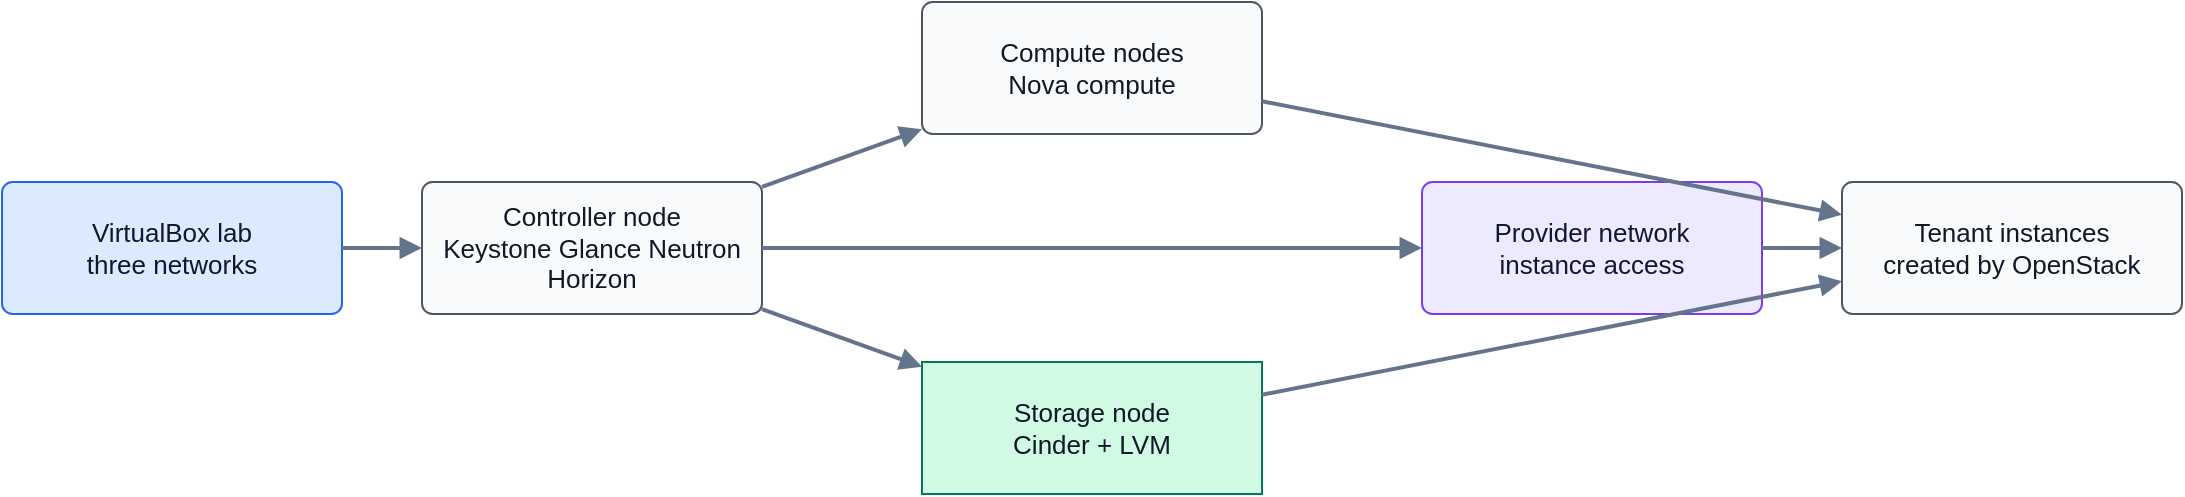
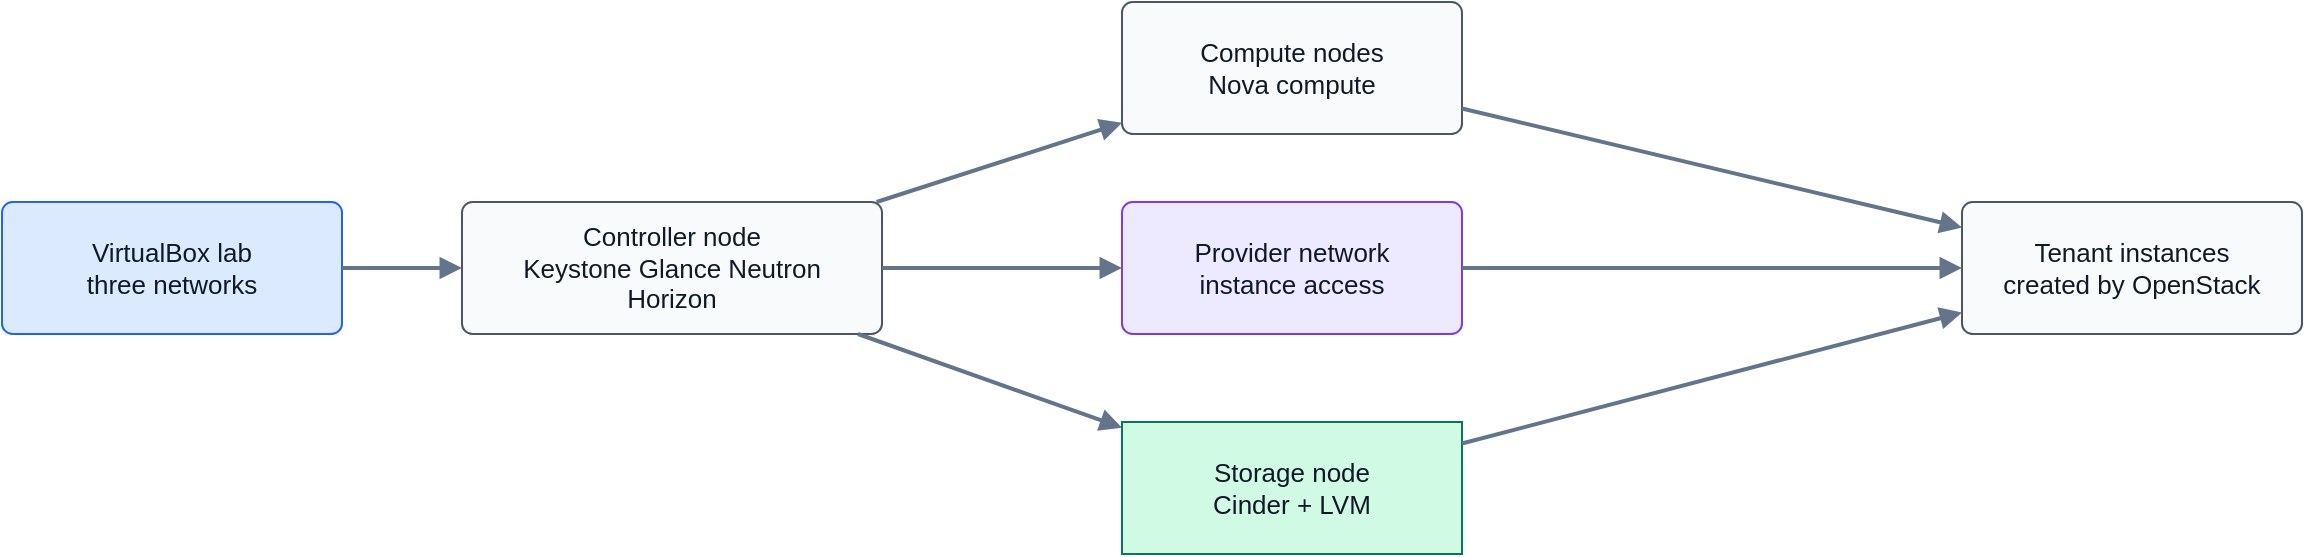
- <mxfile host="Codex" modified="2026-06-27T10:01:50Z" agent="Codex" version="24.7.17" type="device">
+ <mxfile host="Electron" agent="Mozilla/5.0 (Windows NT 10.0; Win64; x64) AppleWebKit/537.36 (KHTML, like Gecko) draw.io/29.5.2 Chrome/142.0.7444.265 Electron/39.6.1 Safari/537.36" version="29.5.2">
  <diagram id="openstack-private-cloud-setup" name="OpenStack Private Cloud Setup">
-     <mxGraphModel dx="1422" dy="794" grid="1" gridSize="10" guides="1" tooltips="1" connect="1" arrows="1" fold="1" page="1" pageScale="1" pageWidth="1120" pageHeight="520" math="0" shadow="0">
+     <mxGraphModel dx="2429" dy="766" grid="1" gridSize="10" guides="1" tooltips="1" connect="1" arrows="1" fold="1" page="1" pageScale="1" pageWidth="1120" pageHeight="520" math="0" shadow="0">
      <root>
-         <mxCell id="0"/>
-         <mxCell id="1" parent="0"/>
-         <mxCell id="id2" value="VirtualBox lab&lt;br&gt;three networks" style="rounded=1;whiteSpace=wrap;html=1;arcSize=8;strokeColor=#2563eb;fillColor=#dbeafe;fontColor=#111827;fontSize=13;spacing=10;" vertex="1" parent="1"><mxGeometry x="40" y="180" width="170" height="66" as="geometry"/></mxCell>
-         <mxCell id="id3" value="Controller node&lt;br&gt;Keystone Glance Neutron Horizon" style="rounded=1;whiteSpace=wrap;html=1;arcSize=8;strokeColor=#4b5563;fillColor=#f8fafc;fontColor=#111827;fontSize=13;spacing=10;" vertex="1" parent="1"><mxGeometry x="250" y="180" width="170" height="66" as="geometry"/></mxCell>
-         <mxCell id="id4" value="Compute nodes&lt;br&gt;Nova compute" style="rounded=1;whiteSpace=wrap;html=1;arcSize=8;strokeColor=#4b5563;fillColor=#f8fafc;fontColor=#111827;fontSize=13;spacing=10;" vertex="1" parent="1"><mxGeometry x="500" y="90" width="170" height="66" as="geometry"/></mxCell>
-         <mxCell id="id5" value="Storage node&lt;br&gt;Cinder + LVM" style="shape=cylinder3d;whiteSpace=wrap;html=1;boundedLbl=1;backgroundOutline=1;size=15;strokeColor=#047857;fillColor=#d1fae5;fontColor=#111827;fontSize=13;spacing=10;" vertex="1" parent="1"><mxGeometry x="500" y="270" width="170" height="66" as="geometry"/></mxCell>
-         <mxCell id="id6" value="Provider network&lt;br&gt;instance access" style="rounded=1;whiteSpace=wrap;html=1;arcSize=8;strokeColor=#7c3aed;fillColor=#ede9fe;fontColor=#111827;fontSize=13;spacing=10;" vertex="1" parent="1"><mxGeometry x="750" y="180" width="170" height="66" as="geometry"/></mxCell>
-         <mxCell id="id7" value="Tenant instances&lt;br&gt;created by OpenStack" style="rounded=1;whiteSpace=wrap;html=1;arcSize=8;strokeColor=#4b5563;fillColor=#f8fafc;fontColor=#111827;fontSize=13;spacing=10;" vertex="1" parent="1"><mxGeometry x="960" y="180" width="170" height="66" as="geometry"/></mxCell>
-         <mxCell id="id8" value="" style="endArrow=block;html=1;rounded=0;strokeWidth=2;strokeColor=#64748b;fontColor=#475569;fontSize=11;" edge="1" parent="1" source="id2" target="id3"><mxGeometry relative="1" as="geometry"/></mxCell>
-         <mxCell id="id9" value="" style="endArrow=block;html=1;rounded=0;strokeWidth=2;strokeColor=#64748b;fontColor=#475569;fontSize=11;" edge="1" parent="1" source="id3" target="id4"><mxGeometry relative="1" as="geometry"/></mxCell>
-         <mxCell id="id10" value="" style="endArrow=block;html=1;rounded=0;strokeWidth=2;strokeColor=#64748b;fontColor=#475569;fontSize=11;" edge="1" parent="1" source="id3" target="id5"><mxGeometry relative="1" as="geometry"/></mxCell>
-         <mxCell id="id11" value="" style="endArrow=block;html=1;rounded=0;strokeWidth=2;strokeColor=#64748b;fontColor=#475569;fontSize=11;" edge="1" parent="1" source="id3" target="id6"><mxGeometry relative="1" as="geometry"/></mxCell>
-         <mxCell id="id12" value="" style="endArrow=block;html=1;rounded=0;strokeWidth=2;strokeColor=#64748b;fontColor=#475569;fontSize=11;" edge="1" parent="1" source="id4" target="id7"><mxGeometry relative="1" as="geometry"/></mxCell>
-         <mxCell id="id13" value="" style="endArrow=block;html=1;rounded=0;strokeWidth=2;strokeColor=#64748b;fontColor=#475569;fontSize=11;" edge="1" parent="1" source="id5" target="id7"><mxGeometry relative="1" as="geometry"/></mxCell>
-         <mxCell id="id14" value="" style="endArrow=block;html=1;rounded=0;strokeWidth=2;strokeColor=#64748b;fontColor=#475569;fontSize=11;" edge="1" parent="1" source="id6" target="id7"><mxGeometry relative="1" as="geometry"/></mxCell>
+         <mxCell id="0" />
+         <mxCell id="1" parent="0" />
+         <mxCell id="id2" parent="1" style="rounded=1;whiteSpace=wrap;html=1;arcSize=8;strokeColor=#2563eb;fillColor=#dbeafe;fontColor=#111827;fontSize=13;spacing=10;" value="VirtualBox lab&lt;br&gt;three networks" vertex="1">
+           <mxGeometry height="66" width="170" x="-20" y="180" as="geometry" />
+         </mxCell>
+         <mxCell id="id3" parent="1" style="rounded=1;whiteSpace=wrap;html=1;arcSize=8;strokeColor=#4b5563;fillColor=#f8fafc;fontColor=#111827;fontSize=13;spacing=10;" value="Controller node&lt;br&gt;Keystone Glance Neutron Horizon" vertex="1">
+           <mxGeometry height="66" width="210" x="210" y="180" as="geometry" />
+         </mxCell>
+         <mxCell id="id4" parent="1" style="rounded=1;whiteSpace=wrap;html=1;arcSize=8;strokeColor=#4b5563;fillColor=#f8fafc;fontColor=#111827;fontSize=13;spacing=10;" value="Compute nodes&lt;br&gt;Nova compute" vertex="1">
+           <mxGeometry height="66" width="170" x="540" y="80" as="geometry" />
+         </mxCell>
+         <mxCell id="id5" parent="1" style="shape=cylinder3d;whiteSpace=wrap;html=1;boundedLbl=1;backgroundOutline=1;size=15;strokeColor=#047857;fillColor=#d1fae5;fontColor=#111827;fontSize=13;spacing=10;" value="Storage node&lt;br&gt;Cinder + LVM" vertex="1">
+           <mxGeometry height="66" width="170" x="540" y="290" as="geometry" />
+         </mxCell>
+         <mxCell id="id6" parent="1" style="rounded=1;whiteSpace=wrap;html=1;arcSize=8;strokeColor=#7c3aed;fillColor=#ede9fe;fontColor=#111827;fontSize=13;spacing=10;" value="Provider network&lt;br&gt;instance access" vertex="1">
+           <mxGeometry height="66" width="170" x="540" y="180" as="geometry" />
+         </mxCell>
+         <mxCell id="id7" parent="1" style="rounded=1;whiteSpace=wrap;html=1;arcSize=8;strokeColor=#4b5563;fillColor=#f8fafc;fontColor=#111827;fontSize=13;spacing=10;" value="Tenant instances&lt;br&gt;created by OpenStack" vertex="1">
+           <mxGeometry height="66" width="170" x="960" y="180" as="geometry" />
+         </mxCell>
+         <mxCell id="id8" edge="1" parent="1" source="id2" style="endArrow=block;html=1;rounded=0;strokeWidth=2;strokeColor=#64748b;fontColor=#475569;fontSize=11;" target="id3" value="">
+           <mxGeometry relative="1" as="geometry" />
+         </mxCell>
+         <mxCell id="id9" edge="1" parent="1" source="id3" style="endArrow=block;html=1;rounded=0;strokeWidth=2;strokeColor=#64748b;fontColor=#475569;fontSize=11;" target="id4" value="">
+           <mxGeometry relative="1" as="geometry" />
+         </mxCell>
+         <mxCell id="id10" edge="1" parent="1" source="id3" style="endArrow=block;html=1;rounded=0;strokeWidth=2;strokeColor=#64748b;fontColor=#475569;fontSize=11;" target="id5" value="">
+           <mxGeometry relative="1" as="geometry" />
+         </mxCell>
+         <mxCell id="id11" edge="1" parent="1" source="id3" style="endArrow=block;html=1;rounded=0;strokeWidth=2;strokeColor=#64748b;fontColor=#475569;fontSize=11;" target="id6" value="">
+           <mxGeometry relative="1" as="geometry" />
+         </mxCell>
+         <mxCell id="id12" edge="1" parent="1" source="id4" style="endArrow=block;html=1;rounded=0;strokeWidth=2;strokeColor=#64748b;fontColor=#475569;fontSize=11;" target="id7" value="">
+           <mxGeometry relative="1" as="geometry" />
+         </mxCell>
+         <mxCell id="id13" edge="1" parent="1" source="id5" style="endArrow=block;html=1;rounded=0;strokeWidth=2;strokeColor=#64748b;fontColor=#475569;fontSize=11;" target="id7" value="">
+           <mxGeometry relative="1" as="geometry" />
+         </mxCell>
+         <mxCell id="id14" edge="1" parent="1" source="id6" style="endArrow=block;html=1;rounded=0;strokeWidth=2;strokeColor=#64748b;fontColor=#475569;fontSize=11;" target="id7" value="">
+           <mxGeometry relative="1" as="geometry" />
+         </mxCell>
      </root>
    </mxGraphModel>
  </diagram>
</mxfile>
